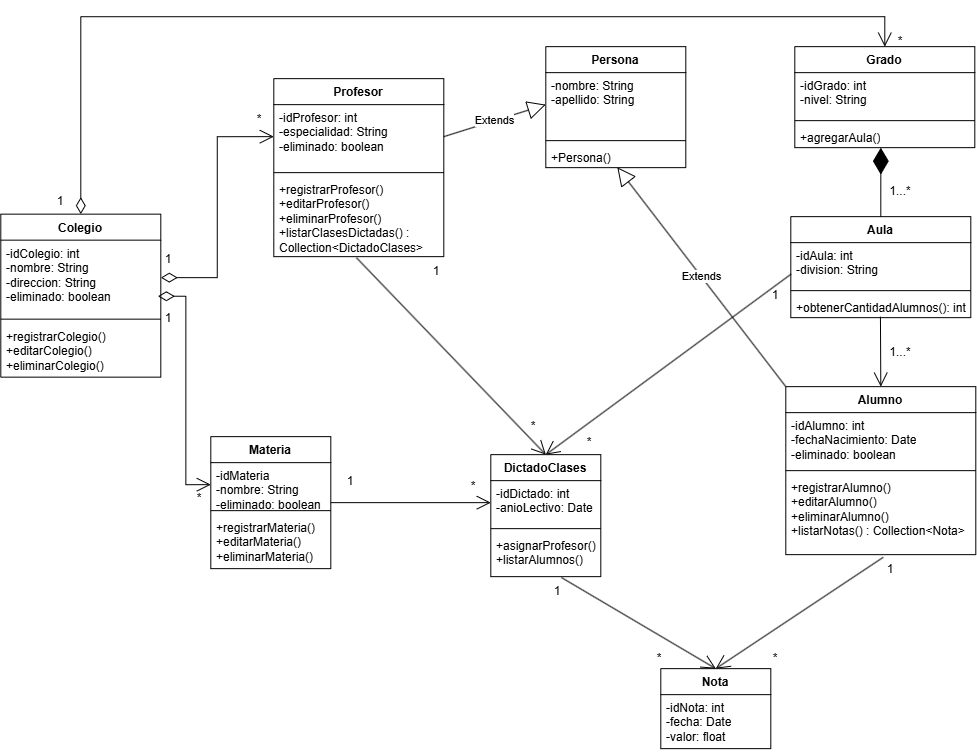
Before: TRABAJO-PRACTICO-GUIA-NO-1/EJERCICIO6/a.AyD/DDC-NUEVAS-FUNCIONALIDADES-EJ6.drawio.png, a diagram exported from draw.io (GabrielLeiva05/IS2-2026-33-DE-ESPADAS). Source tidied: cells renumbered, new cells last; positions are measured from the earlier drawing's top-left corner, leaving out a move shared by most shapes. The source it was exported from:
```xml
<mxGraphModel>
  <root>
    <mxCell id="0" />
    <mxCell id="1" parent="0" />
    <mxCell id="2" value="Alumno" style="swimlane;fontStyle=1;align=center;verticalAlign=top;horizontal=1;startSize=26;whiteSpace=wrap;html=1;" parent="1" vertex="1">
      <mxGeometry x="785" y="370" width="190" height="168" as="geometry" />
    </mxCell>
    <mxCell id="3" value="-idAlumno: int&lt;div&gt;-fechaNacimiento: Date&lt;/div&gt;&lt;div&gt;-eliminado: boolean&lt;/div&gt;" style="text;strokeColor=none;fillColor=none;align=left;verticalAlign=top;spacingLeft=4;spacingRight=4;overflow=hidden;whiteSpace=wrap;html=1;" parent="2" vertex="1">
      <mxGeometry y="26" width="190" height="54" as="geometry" />
    </mxCell>
    <mxCell id="4" style="line;strokeWidth=1;fillColor=none;align=left;verticalAlign=middle;spacingTop=-1;spacingLeft=3;spacingRight=3;labelPosition=right;strokeColor=inherit;" parent="2" vertex="1">
      <mxGeometry y="80" width="190" height="8" as="geometry" />
    </mxCell>
    <mxCell id="5" value="+registrarAlumno()&lt;div&gt;+editarAlumno()&lt;/div&gt;&lt;div&gt;+eliminarAlumno()&lt;/div&gt;&lt;div&gt;+listarNotas() : Collection&amp;lt;Nota&amp;gt;&lt;/div&gt;&lt;div&gt;&lt;br&gt;&lt;/div&gt;" style="text;strokeColor=none;fillColor=none;align=left;verticalAlign=top;spacingLeft=4;spacingRight=4;overflow=hidden;points=[[0,0.5],[1,0.5]];portConstraint=eastwest;whiteSpace=wrap;html=1;" parent="2" vertex="1">
      <mxGeometry y="88" width="190" height="80" as="geometry" />
    </mxCell>
    <mxCell id="6" value="Profesor" style="swimlane;fontStyle=1;align=center;verticalAlign=top;horizontal=1;startSize=26;whiteSpace=wrap;html=1;" parent="1" vertex="1">
      <mxGeometry x="273" y="62" width="170" height="178" as="geometry" />
    </mxCell>
    <mxCell id="7" value="-idProfesor: int&lt;div&gt;-especialidad: String&lt;/div&gt;&lt;div&gt;-eliminado: boolean&lt;/div&gt;" style="text;strokeColor=none;fillColor=none;align=left;verticalAlign=top;spacingLeft=4;spacingRight=4;overflow=hidden;points=[[0,0.5],[1,0.5]];portConstraint=eastwest;whiteSpace=wrap;html=1;" parent="6" vertex="1">
      <mxGeometry y="26" width="170" height="64" as="geometry" />
    </mxCell>
    <mxCell id="8" style="line;strokeWidth=1;fillColor=none;align=left;verticalAlign=middle;spacingTop=-1;spacingLeft=3;spacingRight=3;labelPosition=right;strokeColor=inherit;" parent="6" vertex="1">
      <mxGeometry y="90" width="170" height="8" as="geometry" />
    </mxCell>
    <mxCell id="9" value="+registrarProfesor()&lt;div&gt;+editarProfesor()&lt;/div&gt;&lt;div&gt;+eliminarProfesor()&lt;/div&gt;&lt;div&gt;+listarClasesDictadas() : Collection&amp;lt;DictadoClases&amp;gt;&lt;/div&gt;&lt;div&gt;&lt;br&gt;&lt;/div&gt;" style="text;strokeColor=none;fillColor=none;align=left;verticalAlign=top;spacingLeft=4;spacingRight=4;overflow=hidden;points=[[0,0.5],[1,0.5]];portConstraint=eastwest;whiteSpace=wrap;html=1;" parent="6" vertex="1">
      <mxGeometry y="98" width="170" height="80" as="geometry" />
    </mxCell>
    <mxCell id="10" value="DictadoClases" style="swimlane;fontStyle=1;align=center;verticalAlign=top;horizontal=1;startSize=26;whiteSpace=wrap;html=1;" parent="1" vertex="1">
      <mxGeometry x="490" y="438" width="110" height="122" as="geometry" />
    </mxCell>
    <mxCell id="11" value="-idDictado: int&lt;div&gt;-anioLectivo: Date&lt;/div&gt;&lt;div&gt;&lt;br&gt;&lt;/div&gt;" style="text;strokeColor=none;fillColor=none;align=left;verticalAlign=top;spacingLeft=4;spacingRight=4;overflow=hidden;points=[[0,0.5],[1,0.5]];portConstraint=eastwest;whiteSpace=wrap;html=1;" parent="10" vertex="1">
      <mxGeometry y="26" width="110" height="44" as="geometry" />
    </mxCell>
    <mxCell id="12" style="line;strokeWidth=1;fillColor=none;align=left;verticalAlign=middle;spacingTop=-1;spacingLeft=3;spacingRight=3;labelPosition=right;strokeColor=inherit;" parent="10" vertex="1">
      <mxGeometry y="70" width="110" height="8" as="geometry" />
    </mxCell>
    <mxCell id="13" value="&lt;div&gt;+asignarProfesor()&lt;/div&gt;&lt;div&gt;+listarAlumnos()&lt;/div&gt;" style="text;strokeColor=none;fillColor=none;align=left;verticalAlign=top;spacingLeft=4;spacingRight=4;overflow=hidden;points=[[0,0.5],[1,0.5]];portConstraint=eastwest;whiteSpace=wrap;html=1;" parent="10" vertex="1">
      <mxGeometry y="78" width="110" height="44" as="geometry" />
    </mxCell>
    <mxCell id="14" value="Nota" style="swimlane;fontStyle=1;align=center;verticalAlign=top;horizontal=1;startSize=26;whiteSpace=wrap;html=1;" parent="1" vertex="1">
      <mxGeometry x="660" y="652" width="110" height="80" as="geometry" />
    </mxCell>
    <mxCell id="15" value="-idNota: int&lt;div&gt;-fecha: Date&lt;/div&gt;&lt;div&gt;-valor: float&lt;/div&gt;" style="text;strokeColor=none;fillColor=none;align=left;verticalAlign=top;spacingLeft=4;spacingRight=4;overflow=hidden;whiteSpace=wrap;html=1;" parent="14" vertex="1">
      <mxGeometry y="26" width="110" height="54" as="geometry" />
    </mxCell>
    <mxCell id="16" value="Materia" style="swimlane;fontStyle=1;align=center;verticalAlign=top;horizontal=1;startSize=26;whiteSpace=wrap;html=1;" parent="1" vertex="1">
      <mxGeometry x="210" y="420" width="120" height="132" as="geometry" />
    </mxCell>
    <mxCell id="17" value="&lt;div&gt;-idMateria&lt;/div&gt;&lt;div&gt;-nombre: String&lt;/div&gt;&lt;div&gt;-eliminado: boolean&lt;/div&gt;" style="text;strokeColor=none;fillColor=none;align=left;verticalAlign=top;spacingLeft=4;spacingRight=4;overflow=hidden;points=[[0,0.5],[1,0.5]];portConstraint=eastwest;whiteSpace=wrap;html=1;" parent="16" vertex="1">
      <mxGeometry y="26" width="120" height="44" as="geometry" />
    </mxCell>
    <mxCell id="18" style="line;strokeWidth=1;fillColor=none;align=left;verticalAlign=middle;spacingTop=-1;spacingLeft=3;spacingRight=3;labelPosition=right;strokeColor=inherit;" parent="16" vertex="1">
      <mxGeometry y="70" width="120" height="8" as="geometry" />
    </mxCell>
    <mxCell id="19" value="+registrarMateria()&lt;div&gt;+editarMateria()&lt;/div&gt;&lt;div&gt;+eliminarMateria()&lt;/div&gt;" style="text;strokeColor=none;fillColor=none;align=left;verticalAlign=top;spacingLeft=4;spacingRight=4;overflow=hidden;whiteSpace=wrap;html=1;" parent="16" vertex="1">
      <mxGeometry y="78" width="120" height="54" as="geometry" />
    </mxCell>
    <mxCell id="20" value="Aula" style="swimlane;fontStyle=1;align=center;verticalAlign=top;horizontal=1;startSize=26;whiteSpace=wrap;html=1;" parent="1" vertex="1">
      <mxGeometry x="790" y="200" width="180" height="101" as="geometry" />
    </mxCell>
    <mxCell id="21" value="-idAula: int&lt;div&gt;-division: String&lt;/div&gt;" style="text;strokeColor=none;fillColor=none;align=left;verticalAlign=top;spacingLeft=4;spacingRight=4;overflow=hidden;points=[[0,0.5],[1,0.5]];portConstraint=eastwest;whiteSpace=wrap;html=1;" parent="20" vertex="1">
      <mxGeometry y="26" width="180" height="44" as="geometry" />
    </mxCell>
    <mxCell id="22" style="line;strokeWidth=1;fillColor=none;align=left;verticalAlign=middle;spacingTop=-1;spacingLeft=3;spacingRight=3;labelPosition=right;strokeColor=inherit;" parent="20" vertex="1">
      <mxGeometry y="70" width="180" height="8" as="geometry" />
    </mxCell>
    <mxCell id="23" value="+obtenerCantidadAlumnos(): int" style="text;strokeColor=none;fillColor=none;align=left;verticalAlign=top;spacingLeft=4;spacingRight=4;overflow=hidden;points=[[0,0.5],[1,0.5]];portConstraint=eastwest;whiteSpace=wrap;html=1;" parent="20" vertex="1">
      <mxGeometry y="78" width="180" height="23" as="geometry" />
    </mxCell>
    <mxCell id="24" value="Grado" style="swimlane;fontStyle=1;align=center;verticalAlign=top;horizontal=1;startSize=26;whiteSpace=wrap;html=1;" parent="1" vertex="1">
      <mxGeometry x="794" y="30" width="180" height="101" as="geometry" />
    </mxCell>
    <mxCell id="25" value="-idGrado: int&lt;div&gt;-nivel: String&lt;/div&gt;" style="text;strokeColor=none;fillColor=none;align=left;verticalAlign=top;spacingLeft=4;spacingRight=4;overflow=hidden;whiteSpace=wrap;html=1;" parent="24" vertex="1">
      <mxGeometry y="26" width="180" height="44" as="geometry" />
    </mxCell>
    <mxCell id="26" style="line;strokeWidth=1;fillColor=none;align=left;verticalAlign=middle;spacingTop=-1;spacingLeft=3;spacingRight=3;labelPosition=right;strokeColor=inherit;" parent="24" vertex="1">
      <mxGeometry y="70" width="180" height="8" as="geometry" />
    </mxCell>
    <mxCell id="27" value="+agregarAula()" style="text;strokeColor=none;fillColor=none;align=left;verticalAlign=top;spacingLeft=4;spacingRight=4;overflow=hidden;points=[[0,0.5],[1,0.5]];portConstraint=eastwest;whiteSpace=wrap;html=1;" parent="24" vertex="1">
      <mxGeometry y="78" width="180" height="23" as="geometry" />
    </mxCell>
    <mxCell id="28" style="endArrow=diamondThin;endFill=1;endSize=24;html=1;rounded=0;entryX=0.478;entryY=1;entryDx=0;entryDy=0;entryPerimeter=0;exitX=0.5;exitY=0;exitDx=0;exitDy=0;" parent="1" edge="1" source="20" target="27">
      <mxGeometry relative="1" as="geometry" />
    </mxCell>
    <mxCell id="29" style="endArrow=open;endFill=1;endSize=12;html=1;rounded=0;exitX=0.498;exitY=0.957;exitDx=0;exitDy=0;exitPerimeter=0;entryX=0.5;entryY=0;entryDx=0;entryDy=0;" parent="1" edge="1" source="23" target="2">
      <mxGeometry relative="1" as="geometry" />
    </mxCell>
    <mxCell id="30" style="endArrow=open;endFill=1;endSize=12;html=1;rounded=0;entryX=0.5;entryY=0;entryDx=0;entryDy=0;exitX=0.513;exitY=1.033;exitDx=0;exitDy=0;exitPerimeter=0;" parent="1" edge="1" source="5" target="14">
      <mxGeometry relative="1" as="geometry" />
    </mxCell>
    <mxCell id="31" style="endArrow=open;endFill=1;endSize=12;html=1;rounded=0;entryX=0.5;entryY=0;entryDx=0;entryDy=0;exitX=0.642;exitY=1.02;exitDx=0;exitDy=0;exitPerimeter=0;" parent="1" edge="1" source="13" target="14">
      <mxGeometry relative="1" as="geometry" />
    </mxCell>
    <mxCell id="32" style="endArrow=open;endFill=1;endSize=12;html=1;rounded=0;entryX=0.5;entryY=0;entryDx=0;entryDy=0;exitX=0.002;exitY=0.714;exitDx=0;exitDy=0;exitPerimeter=0;" parent="1" edge="1" source="21" target="10">
      <mxGeometry relative="1" as="geometry" />
    </mxCell>
    <mxCell id="33" style="endArrow=open;endFill=1;endSize=12;html=1;rounded=0;entryX=0.5;entryY=0;entryDx=0;entryDy=0;exitX=0.486;exitY=1.013;exitDx=0;exitDy=0;exitPerimeter=0;" parent="1" edge="1" source="9" target="10">
      <mxGeometry relative="1" as="geometry" />
    </mxCell>
    <mxCell id="34" style="endArrow=open;endFill=1;endSize=12;html=1;rounded=0;exitX=1;exitY=0.5;exitDx=0;exitDy=0;entryX=0;entryY=0.5;entryDx=0;entryDy=0;" parent="1" edge="1" source="16" target="11">
      <mxGeometry relative="1" as="geometry" />
    </mxCell>
    <mxCell id="35" value="1...*" style="text;html=1;whiteSpace=wrap;strokeColor=none;fillColor=none;align=center;verticalAlign=middle;rounded=0;" parent="1" vertex="1">
      <mxGeometry x="870" y="160" width="60" height="30" as="geometry" />
    </mxCell>
    <mxCell id="36" value="1...*" style="text;html=1;whiteSpace=wrap;strokeColor=none;fillColor=none;align=center;verticalAlign=middle;rounded=0;" parent="1" vertex="1">
      <mxGeometry x="870" y="321" width="60" height="30" as="geometry" />
    </mxCell>
    <mxCell id="37" value="1" style="text;html=1;whiteSpace=wrap;strokeColor=none;fillColor=none;align=center;verticalAlign=middle;rounded=0;" parent="1" vertex="1">
      <mxGeometry x="860" y="538" width="60" height="30" as="geometry" />
    </mxCell>
    <mxCell id="38" value="*" style="text;html=1;whiteSpace=wrap;strokeColor=none;fillColor=none;align=center;verticalAlign=middle;rounded=0;" parent="1" vertex="1">
      <mxGeometry x="745" y="627" width="60" height="30" as="geometry" />
    </mxCell>
    <mxCell id="39" value="1" style="text;html=1;whiteSpace=wrap;strokeColor=none;fillColor=none;align=center;verticalAlign=middle;rounded=0;" parent="1" vertex="1">
      <mxGeometry x="527" y="560" width="60" height="30" as="geometry" />
    </mxCell>
    <mxCell id="40" value="*" style="text;html=1;whiteSpace=wrap;strokeColor=none;fillColor=none;align=center;verticalAlign=middle;rounded=0;" parent="1" vertex="1">
      <mxGeometry x="629" y="627" width="60" height="30" as="geometry" />
    </mxCell>
    <mxCell id="41" value="1" style="text;html=1;whiteSpace=wrap;strokeColor=none;fillColor=none;align=center;verticalAlign=middle;rounded=0;" parent="1" vertex="1">
      <mxGeometry x="406" y="240" width="60" height="30" as="geometry" />
    </mxCell>
    <mxCell id="42" value="*" style="text;html=1;whiteSpace=wrap;strokeColor=none;fillColor=none;align=center;verticalAlign=middle;rounded=0;" parent="1" vertex="1">
      <mxGeometry x="503" y="395" width="60" height="30" as="geometry" />
    </mxCell>
    <mxCell id="43" value="1" style="text;html=1;whiteSpace=wrap;strokeColor=none;fillColor=none;align=center;verticalAlign=middle;rounded=0;" parent="1" vertex="1">
      <mxGeometry x="745" y="264" width="60" height="30" as="geometry" />
    </mxCell>
    <mxCell id="44" value="*" style="text;html=1;whiteSpace=wrap;strokeColor=none;fillColor=none;align=center;verticalAlign=middle;rounded=0;" parent="1" vertex="1">
      <mxGeometry x="559" y="411" width="60" height="30" as="geometry" />
    </mxCell>
    <mxCell id="45" value="1" style="text;html=1;whiteSpace=wrap;strokeColor=none;fillColor=none;align=center;verticalAlign=middle;rounded=0;" parent="1" vertex="1">
      <mxGeometry x="320" y="450" width="60" height="30" as="geometry" />
    </mxCell>
    <mxCell id="46" value="*" style="text;html=1;whiteSpace=wrap;strokeColor=none;fillColor=none;align=center;verticalAlign=middle;rounded=0;" parent="1" vertex="1">
      <mxGeometry x="443" y="455" width="60" height="30" as="geometry" />
    </mxCell>
    <mxCell id="47" value="Persona" style="swimlane;fontStyle=1;align=center;verticalAlign=top;horizontal=1;startSize=26;whiteSpace=wrap;html=1;" parent="1" vertex="1">
      <mxGeometry x="545" y="30" width="140" height="121" as="geometry" />
    </mxCell>
    <mxCell id="48" value="-nombre: String&lt;div&gt;-apellido: String&lt;/div&gt;" style="text;strokeColor=none;fillColor=none;align=left;verticalAlign=top;spacingLeft=4;spacingRight=4;overflow=hidden;points=[[0,0.5],[1,0.5]];portConstraint=eastwest;whiteSpace=wrap;html=1;" parent="47" vertex="1">
      <mxGeometry y="26" width="140" height="64" as="geometry" />
    </mxCell>
    <mxCell id="49" style="line;strokeWidth=1;fillColor=none;align=left;verticalAlign=middle;spacingTop=-1;spacingLeft=3;spacingRight=3;labelPosition=right;strokeColor=inherit;" parent="47" vertex="1">
      <mxGeometry y="90" width="140" height="8" as="geometry" />
    </mxCell>
    <mxCell id="50" value="&lt;div&gt;+Persona()&lt;/div&gt;" style="text;strokeColor=none;fillColor=none;align=left;verticalAlign=top;spacingLeft=4;spacingRight=4;overflow=hidden;points=[[0,0.5],[1,0.5]];portConstraint=eastwest;whiteSpace=wrap;html=1;" parent="47" vertex="1">
      <mxGeometry y="98" width="140" height="23" as="geometry" />
    </mxCell>
    <mxCell id="51" value="Extends" style="endArrow=block;endSize=16;endFill=0;html=1;rounded=0;entryX=0.511;entryY=0.985;entryDx=0;entryDy=0;entryPerimeter=0;exitX=0;exitY=0;exitDx=0;exitDy=0;" parent="1" edge="1" source="2" target="50">
      <mxGeometry relative="1" as="geometry" />
    </mxCell>
    <mxCell id="52" value="Extends" style="endArrow=block;endSize=16;endFill=0;html=1;rounded=0;entryX=0;entryY=0.5;entryDx=0;entryDy=0;exitX=1;exitY=0.5;exitDx=0;exitDy=0;" parent="1" edge="1" source="7" target="48">
      <mxGeometry relative="1" as="geometry" />
    </mxCell>
    <mxCell id="53" value="Colegio" style="swimlane;fontStyle=1;align=center;verticalAlign=top;horizontal=1;startSize=26;whiteSpace=wrap;html=1;" parent="1" vertex="1">
      <mxGeometry y="197.5" width="160" height="163" as="geometry" />
    </mxCell>
    <mxCell id="54" value="-idColegio: int&lt;div&gt;-nombre: String&lt;/div&gt;&lt;div&gt;-direccion: String&lt;/div&gt;&lt;div&gt;-eliminado: boolean&lt;/div&gt;" style="text;strokeColor=none;fillColor=none;align=left;verticalAlign=top;spacingLeft=4;spacingRight=4;overflow=hidden;points=[[0,0.5],[1,0.5]];portConstraint=eastwest;whiteSpace=wrap;html=1;" parent="53" vertex="1">
      <mxGeometry y="26" width="160" height="75" as="geometry" />
    </mxCell>
    <mxCell id="55" style="line;strokeWidth=1;fillColor=none;align=left;verticalAlign=middle;spacingTop=-1;spacingLeft=3;spacingRight=3;labelPosition=right;strokeColor=inherit;" parent="53" vertex="1">
      <mxGeometry y="101" width="160" height="8" as="geometry" />
    </mxCell>
    <mxCell id="56" value="+registrarColegio()&lt;div&gt;+editarColegio()&lt;/div&gt;&lt;div&gt;+eliminarColegio()&lt;/div&gt;" style="text;strokeColor=none;fillColor=none;align=left;verticalAlign=top;spacingLeft=4;spacingRight=4;overflow=hidden;whiteSpace=wrap;html=1;" parent="53" vertex="1">
      <mxGeometry y="109" width="160" height="54" as="geometry" />
    </mxCell>
    <mxCell id="57" style="endArrow=open;html=1;endSize=12;startArrow=diamondThin;startSize=14;startFill=0;edgeStyle=orthogonalEdgeStyle;align=left;verticalAlign=bottom;rounded=0;entryX=0;entryY=0.5;entryDx=0;entryDy=0;exitX=1;exitY=0.5;exitDx=0;exitDy=0;" parent="1" edge="1" source="54" target="7">
      <mxGeometry x="-1" y="3" relative="1" as="geometry" />
    </mxCell>
    <mxCell id="58" style="endArrow=open;html=1;endSize=12;startArrow=diamondThin;startSize=14;startFill=0;edgeStyle=orthogonalEdgeStyle;align=left;verticalAlign=bottom;rounded=0;entryX=0;entryY=0.5;entryDx=0;entryDy=0;exitX=0.982;exitY=0.748;exitDx=0;exitDy=0;exitPerimeter=0;" parent="1" edge="1" source="54" target="17">
      <mxGeometry x="-1" y="3" relative="1" as="geometry" />
    </mxCell>
    <mxCell id="59" style="endArrow=open;html=1;endSize=12;startArrow=diamondThin;startSize=14;startFill=0;edgeStyle=orthogonalEdgeStyle;align=left;verticalAlign=bottom;rounded=0;entryX=0.5;entryY=0;entryDx=0;entryDy=0;exitX=0.5;exitY=0;exitDx=0;exitDy=0;" parent="1" edge="1" source="53" target="24">
      <mxGeometry x="-1" y="3" relative="1" as="geometry">
        <Array as="points">
          <mxPoint x="80" y="0.1" />
          <mxPoint x="884" y="0.1" />
        </Array>
      </mxGeometry>
    </mxCell>
    <mxCell id="60" value="1" style="text;html=1;whiteSpace=wrap;strokeColor=none;fillColor=none;align=center;verticalAlign=middle;rounded=0;" parent="1" vertex="1">
      <mxGeometry x="30" y="170" width="60" height="30" as="geometry" />
    </mxCell>
    <mxCell id="61" value="1" style="text;html=1;whiteSpace=wrap;strokeColor=none;fillColor=none;align=center;verticalAlign=middle;rounded=0;" parent="1" vertex="1">
      <mxGeometry x="138" y="228" width="60" height="30" as="geometry" />
    </mxCell>
    <mxCell id="62" value="1" style="text;html=1;whiteSpace=wrap;strokeColor=none;fillColor=none;align=center;verticalAlign=middle;rounded=0;" parent="1" vertex="1">
      <mxGeometry x="138" y="287" width="60" height="30" as="geometry" />
    </mxCell>
    <mxCell id="63" value="*" style="text;html=1;whiteSpace=wrap;strokeColor=none;fillColor=none;align=center;verticalAlign=middle;rounded=0;" parent="1" vertex="1">
      <mxGeometry x="169" y="467" width="60" height="30" as="geometry" />
    </mxCell>
    <mxCell id="64" value="*" style="text;html=1;whiteSpace=wrap;strokeColor=none;fillColor=none;align=center;verticalAlign=middle;rounded=0;" parent="1" vertex="1">
      <mxGeometry x="229" y="88" width="60" height="30" as="geometry" />
    </mxCell>
    <mxCell id="65" value="*" style="text;html=1;whiteSpace=wrap;strokeColor=none;fillColor=none;align=center;verticalAlign=middle;rounded=0;" parent="1" vertex="1">
      <mxGeometry x="870" y="10" width="60" height="30" as="geometry" />
    </mxCell>
  </root>
</mxGraphModel>
```
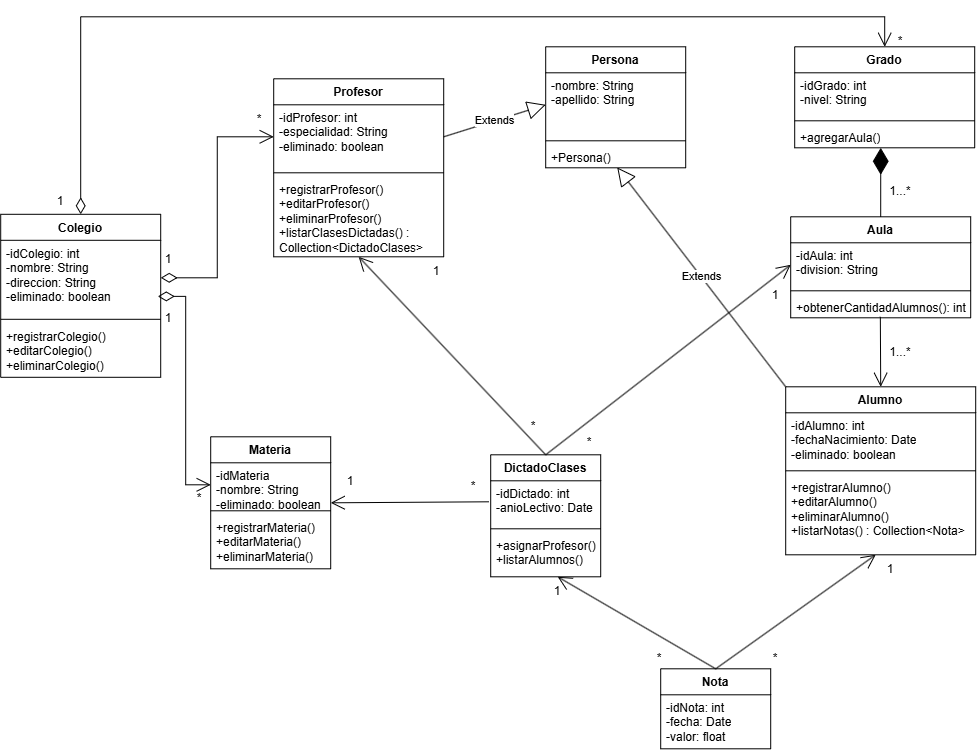
Above is the later version.

Commit message:
Modificamos el diagrama de clases de disenio del EJ6.

Change to the diagram source:
```diff
@@ -86,19 +86,19 @@
     <mxCell id="29" style="endArrow=open;endFill=1;endSize=12;html=1;rounded=0;exitX=0.498;exitY=0.957;exitDx=0;exitDy=0;exitPerimeter=0;entryX=0.5;entryY=0;entryDx=0;entryDy=0;" parent="1" edge="1" source="23" target="2">
       <mxGeometry relative="1" as="geometry" />
     </mxCell>
-    <mxCell id="30" style="endArrow=open;endFill=1;endSize=12;html=1;rounded=0;entryX=0.5;entryY=0;entryDx=0;entryDy=0;exitX=0.513;exitY=1.033;exitDx=0;exitDy=0;exitPerimeter=0;" parent="1" edge="1" source="5" target="14">
+    <mxCell id="30" style="endArrow=open;endFill=1;endSize=12;html=1;rounded=0;exitX=0.5;exitY=0;exitDx=0;exitDy=0;entryX=0.25;entryY=0;entryDx=0;entryDy=0;" parent="1" edge="1" source="14" target="37">
       <mxGeometry relative="1" as="geometry" />
     </mxCell>
-    <mxCell id="31" style="endArrow=open;endFill=1;endSize=12;html=1;rounded=0;entryX=0.5;entryY=0;entryDx=0;entryDy=0;exitX=0.642;exitY=1.02;exitDx=0;exitDy=0;exitPerimeter=0;" parent="1" edge="1" source="13" target="14">
+    <mxCell id="31" style="endArrow=open;endFill=1;endSize=12;html=1;rounded=0;entryX=0.5;entryY=0;entryDx=0;entryDy=0;exitX=0.5;exitY=0;exitDx=0;exitDy=0;" parent="1" edge="1" source="14" target="39">
       <mxGeometry relative="1" as="geometry" />
     </mxCell>
-    <mxCell id="32" style="endArrow=open;endFill=1;endSize=12;html=1;rounded=0;entryX=0.5;entryY=0;entryDx=0;entryDy=0;exitX=0.002;exitY=0.714;exitDx=0;exitDy=0;exitPerimeter=0;" parent="1" edge="1" source="21" target="10">
+    <mxCell id="32" style="endArrow=open;endFill=1;endSize=12;html=1;rounded=0;exitX=0.5;exitY=0;exitDx=0;exitDy=0;entryX=0;entryY=0.5;entryDx=0;entryDy=0;" parent="1" edge="1" source="10" target="21">
       <mxGeometry relative="1" as="geometry" />
     </mxCell>
-    <mxCell id="33" style="endArrow=open;endFill=1;endSize=12;html=1;rounded=0;entryX=0.5;entryY=0;entryDx=0;entryDy=0;exitX=0.486;exitY=1.013;exitDx=0;exitDy=0;exitPerimeter=0;" parent="1" edge="1" source="9" target="10">
+    <mxCell id="33" style="endArrow=open;endFill=1;endSize=12;html=1;rounded=0;entryX=0.5;entryY=1;entryDx=0;entryDy=0;exitX=0.5;exitY=0;exitDx=0;exitDy=0;" parent="1" edge="1" source="10" target="6">
       <mxGeometry relative="1" as="geometry" />
     </mxCell>
-    <mxCell id="34" style="endArrow=open;endFill=1;endSize=12;html=1;rounded=0;exitX=1;exitY=0.5;exitDx=0;exitDy=0;entryX=0;entryY=0.5;entryDx=0;entryDy=0;" parent="1" edge="1" source="16" target="11">
+    <mxCell id="34" style="endArrow=open;endFill=1;endSize=12;html=1;rounded=0;exitX=0.75;exitY=1;exitDx=0;exitDy=0;entryX=1;entryY=0.5;entryDx=0;entryDy=0;" parent="1" edge="1" source="46" target="16">
       <mxGeometry relative="1" as="geometry" />
     </mxCell>
     <mxCell id="35" value="1...*" style="text;html=1;whiteSpace=wrap;strokeColor=none;fillColor=none;align=center;verticalAlign=middle;rounded=0;" parent="1" vertex="1">
```
